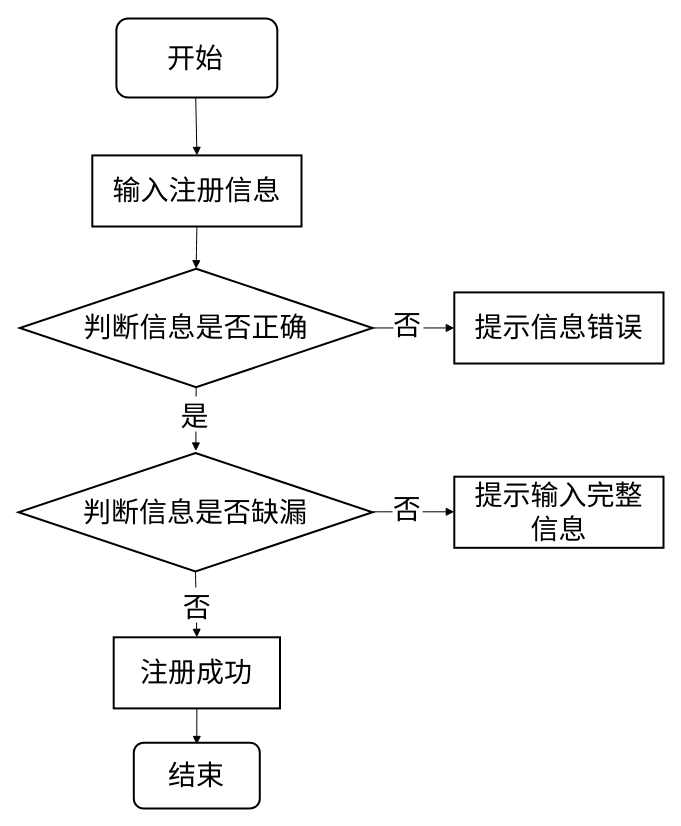
Above: 未命名绘图.drawio in Yaozongbin0828/UMLetDraw (draw.io), before the change. Source tidied: cells renumbered, new cells numbered last; positions are measured from the earlier drawing's top-left corner, leaving out a move shared by most shapes. Both pictures are drawn from the tidied source at 100%, with x=0, y=0 at pixel (18, 18).
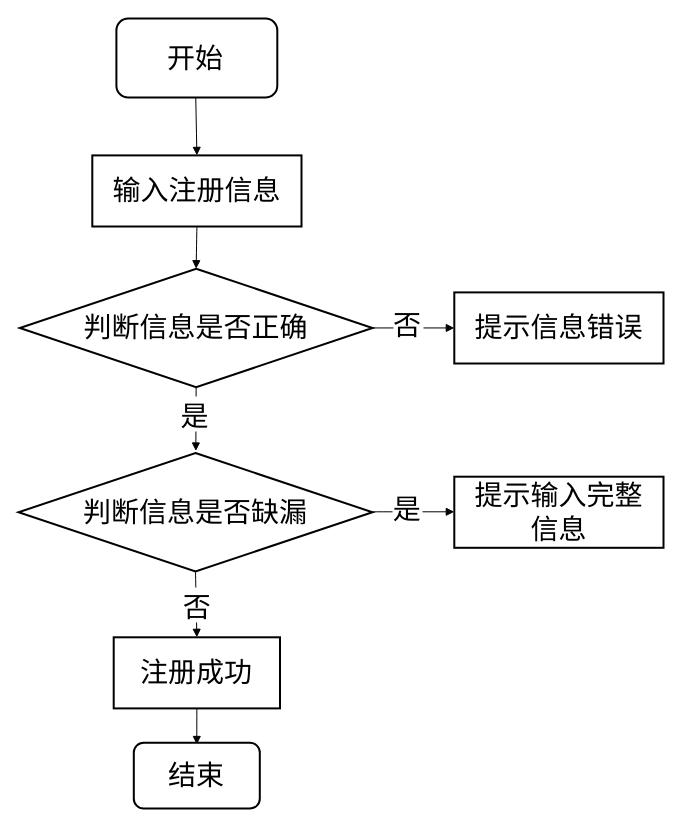
The same page after the edit.

Commit message (it also covers changes not shown here):
更新未命名绘图.drawio

The edit, as a diff of the source:
```diff
@@
 <mxGraphModel>
   <root>
     <mxCell id="0" />
     <mxCell id="1" parent="0" />
     <mxCell id="2" value="输入注册信息" style="whiteSpace=wrap;strokeWidth=2;fontSize=28;" parent="1" vertex="1">
       <mxGeometry x="73.8" y="136.9" width="209.2" height="71.1" as="geometry" />
     </mxCell>
     <mxCell id="3" value="判断信息是否正确" style="rhombus;strokeWidth=2;whiteSpace=wrap;fontSize=28;" parent="1" vertex="1">
       <mxGeometry x="1.3" y="250.2" width="352.7" height="118.5" as="geometry" />
     </mxCell>
     <mxCell id="4" value="提示信息错误" style="whiteSpace=wrap;strokeWidth=2;fontSize=28;" parent="1" vertex="1">
       <mxGeometry x="435.8" y="273.9" width="209.2" height="71.1" as="geometry" />
     </mxCell>
     <mxCell id="5" value="判断信息是否缺漏" style="rhombus;strokeWidth=2;whiteSpace=wrap;fontSize=28;" parent="1" vertex="1">
       <mxGeometry y="434.5" width="354" height="118.5" as="geometry" />
     </mxCell>
     <mxCell id="6" value="注册成功" style="whiteSpace=wrap;strokeWidth=2;fontSize=28;" parent="1" vertex="1">
       <mxGeometry x="95.2" y="618.8" width="166.3" height="71.1" as="geometry" />
     </mxCell>
     <mxCell id="7" style="curved=1;startArrow=none;endArrow=block;exitX=0.49;exitY=1;entryX=0.5;entryY=0;rounded=0;fontSize=28;" parent="1" edge="1" target="2">
       <mxGeometry relative="1" as="geometry">
         <mxPoint x="177.1" y="71.1" as="sourcePoint" />
       </mxGeometry>
     </mxCell>
     <mxCell id="8" style="curved=1;startArrow=none;endArrow=block;exitX=0.5;exitY=1;entryX=0.5;entryY=0;rounded=0;fontSize=28;" parent="1" edge="1" source="2" target="3">
       <mxGeometry relative="1" as="geometry" />
     </mxCell>
     <mxCell id="9" value="否" style="curved=1;startArrow=none;endArrow=block;exitX=1;exitY=0.5;entryX=0;entryY=0.5;rounded=0;exitDx=0;exitDy=0;entryDx=0;entryDy=0;fontSize=28;" parent="1" edge="1" source="3" target="4">
       <mxGeometry x="-0.15" y="5" relative="1" as="geometry" />
     </mxCell>
     <mxCell id="10" value="是" style="curved=1;startArrow=none;endArrow=block;rounded=0;exitX=0.5;exitY=1;exitDx=0;exitDy=0;entryX=0.501;entryY=-0.017;entryDx=0;entryDy=0;entryPerimeter=0;fontSize=28;" parent="1" edge="1" source="3" target="5">
       <mxGeometry x="-0.18" y="-1" relative="1" as="geometry" />
     </mxCell>
     <mxCell id="11" value="否" style="curved=1;startArrow=none;endArrow=block;exitX=0.5;exitY=1;entryX=0.5;entryY=0;rounded=0;exitDx=0;exitDy=0;fontSize=28;" parent="1" edge="1" source="5" target="6">
       <mxGeometry relative="1" as="geometry">
         <mxPoint x="1" as="offset" />
       </mxGeometry>
     </mxCell>
     <mxCell id="12" style="curved=1;startArrow=none;endArrow=block;exitX=0.5;exitY=1;entryX=0.5;entryY=0.027;rounded=0;entryDx=0;entryDy=0;entryPerimeter=0;fontSize=28;" parent="1" edge="1" source="6" target="14">
       <mxGeometry relative="1" as="geometry" />
     </mxCell>
     <mxCell id="13" value="&lt;font&gt;开始&lt;/font&gt;" style="rounded=1;whiteSpace=wrap;html=1;strokeWidth=2;direction=east;spacingRight=3;fontSize=28;" parent="1" vertex="1">
       <mxGeometry x="97.9" width="160.9" height="79" as="geometry" />
     </mxCell>
     <mxCell id="14" value="结束" style="rounded=1;whiteSpace=wrap;html=1;imageWidth=25;imageHeight=24;strokeWidth=2;fontSize=28;" parent="1" vertex="1">
       <mxGeometry x="115.3" y="724.2" width="126" height="65.8" as="geometry" />
     </mxCell>
-    <mxCell id="15" value="否" style="curved=1;startArrow=none;endArrow=block;exitX=1;exitY=0.5;entryX=0;entryY=0.5;rounded=0;exitDx=0;exitDy=0;entryDx=0;entryDy=0;fontSize=28;" parent="1" edge="1">
+    <mxCell id="15" value="是" style="curved=1;startArrow=none;endArrow=block;exitX=1;exitY=0.5;entryX=0;entryY=0.5;rounded=0;exitDx=0;exitDy=0;entryDx=0;entryDy=0;fontSize=28;" parent="1" edge="1">
       <mxGeometry x="-0.15" y="5" relative="1" as="geometry">
         <mxPoint x="353.8" y="493.3" as="sourcePoint" />
         <mxPoint x="435.8" y="493.3" as="targetPoint" />
       </mxGeometry>
     </mxCell>
     <mxCell id="16" value="提示输入完整&#10;信息" style="whiteSpace=wrap;strokeWidth=2;fontSize=28;" parent="1" vertex="1">
       <mxGeometry x="435.8" y="458.2" width="209.2" height="71.1" as="geometry" />
     </mxCell>
   </root>
 </mxGraphModel>
```
